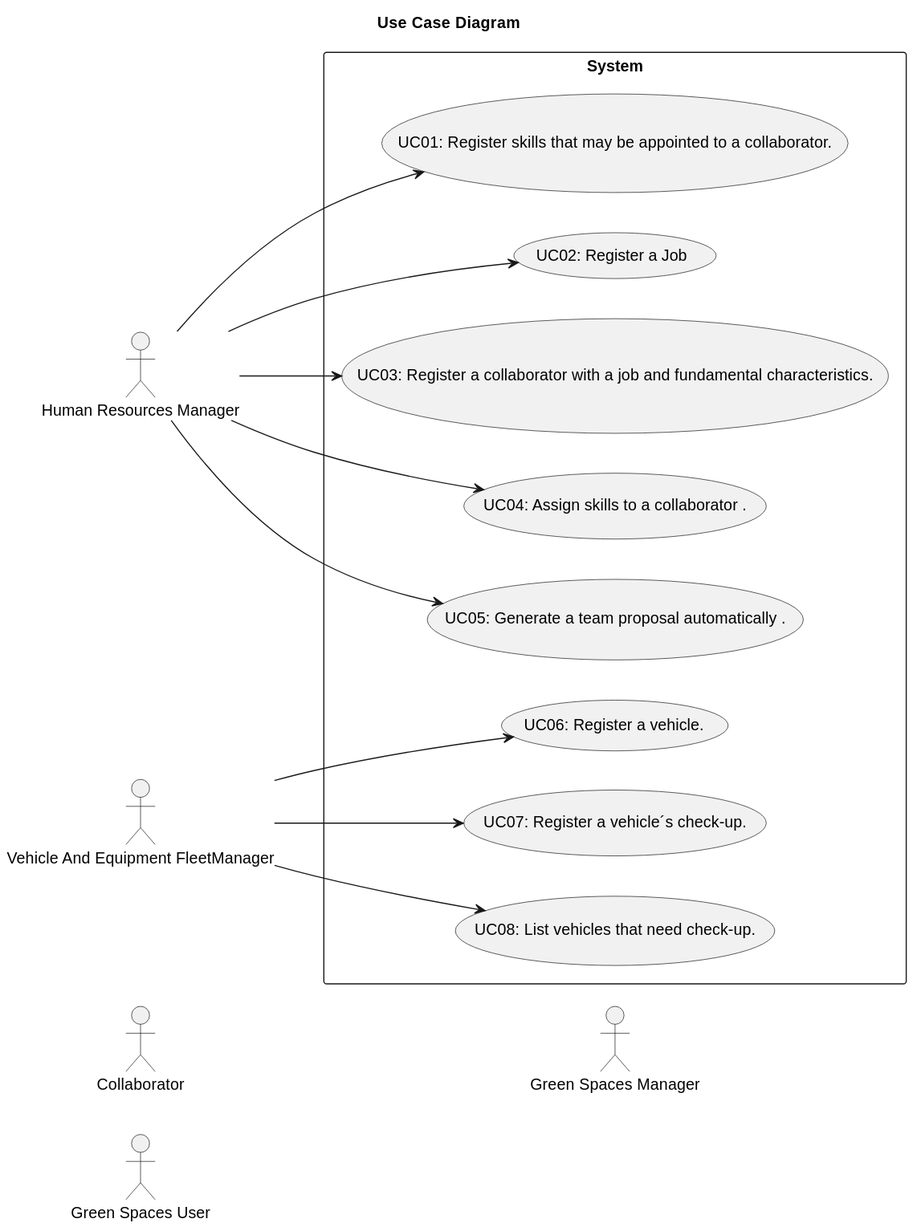
The PlantUML diagram docs/sprintA/global-artifacts/01.requirements-engineering/svg/use-case-diagram.svg in Departamento-de-Engenharia-Informatica/lei-24-s2-1db-g022, before a commit.
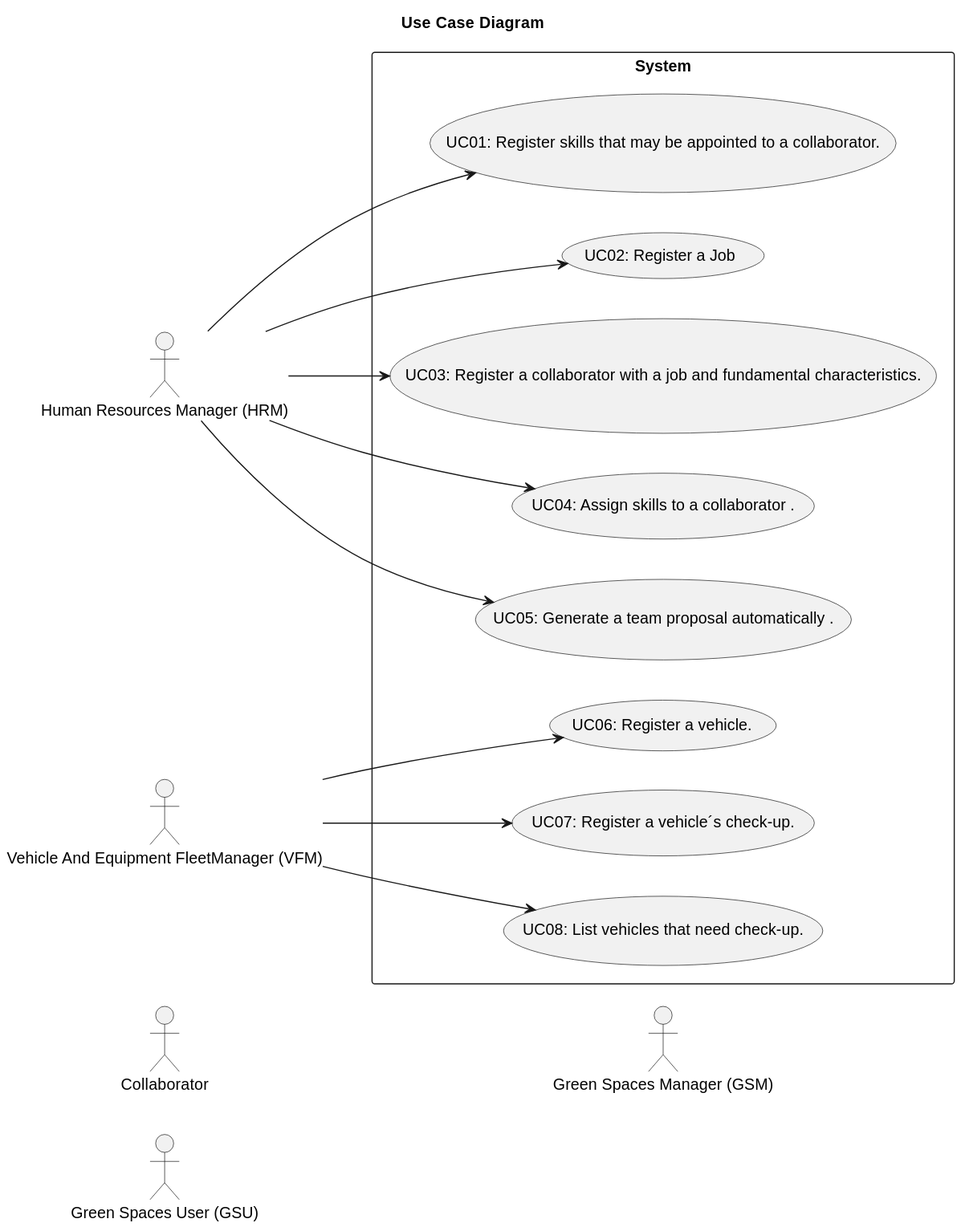
The same diagram one commit later.

What changed in the source:
```diff
@@ -5,11 +5,11 @@
 
 left to right direction
 
-    actor "Human Resources Manager" as HumanResourcesManager
-    actor "Vehicle And Equipment FleetManager" as VehicleAndEquipmentFleetManager
+    actor "Human Resources Manager (HRM)" as HumanResourcesManager
+    actor "Vehicle And Equipment FleetManager (VFM)" as VehicleAndEquipmentFleetManager
     actor Collaborator
-    actor "Green Spaces User" as GreenSpacesUser
-    actor "Green Spaces Manager" as GreenSpacesManager
+    actor "Green Spaces User (GSU)" as GreenSpacesUser
+    actor "Green Spaces Manager (GSM)" as GreenSpacesManager
 
 rectangle System {
     usecase "UC01: Register skills that may be appointed to a collaborator." as UC01
```
